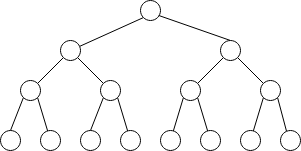
Above: 408DS/picture/TREE_fullBinTree.drawio.png in woxQAQ/408 (draw.io), before the change. Source tidied: cells renumbered, new cells last; positions are measured from the earlier drawing's top-left corner, leaving out a move shared by most shapes. The source it was exported from:
```xml
<mxGraphModel>
  <root>
    <mxCell id="0" />
    <mxCell id="1" parent="0" />
    <mxCell id="2" style="edgeStyle=none;rounded=0;jettySize=auto;html=1;exitX=0;exitY=1;exitDx=0;exitDy=0;endArrow=none;endFill=0;" parent="1" edge="1" source="3" target="10">
      <mxGeometry relative="1" as="geometry" />
    </mxCell>
    <mxCell id="3" style="ellipse;whiteSpace=wrap;html=1;" parent="1" vertex="1">
      <mxGeometry x="140" width="20" height="20" as="geometry" />
    </mxCell>
    <mxCell id="4" style="edgeStyle=none;rounded=0;jettySize=auto;html=1;exitX=0;exitY=1;exitDx=0;exitDy=0;endArrow=none;endFill=0;" parent="1" edge="1" source="7" target="19">
      <mxGeometry relative="1" as="geometry" />
    </mxCell>
    <mxCell id="5" style="edgeStyle=none;rounded=0;jettySize=auto;html=1;exitX=0.5;exitY=0;exitDx=0;exitDy=0;entryX=0.917;entryY=0.75;entryDx=0;entryDy=0;entryPerimeter=0;endArrow=none;endFill=0;" parent="1" edge="1" source="7" target="3">
      <mxGeometry relative="1" as="geometry" />
    </mxCell>
    <mxCell id="6" style="edgeStyle=none;rounded=0;jettySize=auto;html=1;exitX=1;exitY=1;exitDx=0;exitDy=0;endArrow=none;endFill=0;" parent="1" edge="1" source="7" target="22">
      <mxGeometry relative="1" as="geometry" />
    </mxCell>
    <mxCell id="7" style="ellipse;whiteSpace=wrap;html=1;" parent="1" vertex="1">
      <mxGeometry x="220" y="40" width="20" height="20" as="geometry" />
    </mxCell>
    <mxCell id="8" style="edgeStyle=none;rounded=0;jettySize=auto;html=1;exitX=0;exitY=1;exitDx=0;exitDy=0;endArrow=none;endFill=0;" parent="1" edge="1" source="10" target="13">
      <mxGeometry relative="1" as="geometry" />
    </mxCell>
    <mxCell id="9" style="edgeStyle=none;rounded=0;jettySize=auto;html=1;exitX=1;exitY=1;exitDx=0;exitDy=0;endArrow=none;endFill=0;" parent="1" edge="1" source="10" target="16">
      <mxGeometry relative="1" as="geometry" />
    </mxCell>
    <mxCell id="10" style="ellipse;whiteSpace=wrap;html=1;" parent="1" vertex="1">
      <mxGeometry x="60" y="40" width="20" height="20" as="geometry" />
    </mxCell>
    <mxCell id="11" style="edgeStyle=none;rounded=0;jettySize=auto;html=1;exitX=0;exitY=1;exitDx=0;exitDy=0;entryX=0.5;entryY=0;entryDx=0;entryDy=0;endArrow=none;endFill=0;" parent="1" edge="1" source="13" target="23">
      <mxGeometry relative="1" as="geometry" />
    </mxCell>
    <mxCell id="12" style="edgeStyle=none;rounded=0;jettySize=auto;html=1;exitX=1;exitY=1;exitDx=0;exitDy=0;endArrow=none;endFill=0;" parent="1" edge="1" source="13" target="24">
      <mxGeometry relative="1" as="geometry" />
    </mxCell>
    <mxCell id="13" style="ellipse;whiteSpace=wrap;html=1;" parent="1" vertex="1">
      <mxGeometry x="20" y="80" width="20" height="20" as="geometry" />
    </mxCell>
    <mxCell id="14" style="edgeStyle=none;rounded=0;jettySize=auto;html=1;exitX=0;exitY=1;exitDx=0;exitDy=0;entryX=0.5;entryY=0;entryDx=0;entryDy=0;endArrow=none;endFill=0;" parent="1" edge="1" source="16" target="26">
      <mxGeometry relative="1" as="geometry" />
    </mxCell>
    <mxCell id="15" style="edgeStyle=none;rounded=0;jettySize=auto;html=1;exitX=1;exitY=1;exitDx=0;exitDy=0;endArrow=none;endFill=0;" parent="1" edge="1" source="16" target="25">
      <mxGeometry relative="1" as="geometry" />
    </mxCell>
    <mxCell id="16" style="ellipse;whiteSpace=wrap;html=1;" parent="1" vertex="1">
      <mxGeometry x="100" y="80" width="20" height="20" as="geometry" />
    </mxCell>
    <mxCell id="17" style="edgeStyle=none;rounded=0;jettySize=auto;html=1;exitX=0;exitY=1;exitDx=0;exitDy=0;endArrow=none;endFill=0;" parent="1" edge="1" source="19" target="27">
      <mxGeometry relative="1" as="geometry" />
    </mxCell>
    <mxCell id="18" style="edgeStyle=none;rounded=0;jettySize=auto;html=1;exitX=1;exitY=1;exitDx=0;exitDy=0;endArrow=none;endFill=0;" parent="1" edge="1" source="19" target="28">
      <mxGeometry relative="1" as="geometry" />
    </mxCell>
    <mxCell id="19" style="ellipse;whiteSpace=wrap;html=1;" parent="1" vertex="1">
      <mxGeometry x="180" y="80" width="20" height="20" as="geometry" />
    </mxCell>
    <mxCell id="20" style="edgeStyle=none;rounded=0;jettySize=auto;html=1;exitX=0;exitY=1;exitDx=0;exitDy=0;endArrow=none;endFill=0;" parent="1" edge="1" source="22" target="29">
      <mxGeometry relative="1" as="geometry" />
    </mxCell>
    <mxCell id="21" style="edgeStyle=none;rounded=0;jettySize=auto;html=1;exitX=1;exitY=1;exitDx=0;exitDy=0;entryX=0.3;entryY=0.033;entryDx=0;entryDy=0;entryPerimeter=0;endArrow=none;endFill=0;" parent="1" edge="1" source="22" target="30">
      <mxGeometry relative="1" as="geometry" />
    </mxCell>
    <mxCell id="22" style="ellipse;whiteSpace=wrap;html=1;" parent="1" vertex="1">
      <mxGeometry x="260" y="80" width="20" height="20" as="geometry" />
    </mxCell>
    <mxCell id="23" style="ellipse;whiteSpace=wrap;html=1;" parent="1" vertex="1">
      <mxGeometry y="130" width="20" height="20" as="geometry" />
    </mxCell>
    <mxCell id="24" style="ellipse;whiteSpace=wrap;html=1;" parent="1" vertex="1">
      <mxGeometry x="40" y="130" width="20" height="20" as="geometry" />
    </mxCell>
    <mxCell id="25" style="ellipse;whiteSpace=wrap;html=1;" parent="1" vertex="1">
      <mxGeometry x="120" y="130" width="20" height="20" as="geometry" />
    </mxCell>
    <mxCell id="26" style="ellipse;whiteSpace=wrap;html=1;" parent="1" vertex="1">
      <mxGeometry x="80" y="130" width="20" height="20" as="geometry" />
    </mxCell>
    <mxCell id="27" style="ellipse;whiteSpace=wrap;html=1;" parent="1" vertex="1">
      <mxGeometry x="160" y="130" width="20" height="20" as="geometry" />
    </mxCell>
    <mxCell id="28" style="ellipse;whiteSpace=wrap;html=1;" parent="1" vertex="1">
      <mxGeometry x="200" y="130" width="20" height="20" as="geometry" />
    </mxCell>
    <mxCell id="29" style="ellipse;whiteSpace=wrap;html=1;" parent="1" vertex="1">
      <mxGeometry x="240" y="130" width="20" height="20" as="geometry" />
    </mxCell>
    <mxCell id="30" style="ellipse;whiteSpace=wrap;html=1;" parent="1" vertex="1">
      <mxGeometry x="280" y="130" width="20" height="20" as="geometry" />
    </mxCell>
  </root>
</mxGraphModel>
```
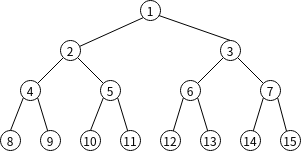
The same diagram one commit later.

Diff of the diagram source:
```diff
@@ -5,7 +5,7 @@
     <mxCell id="2" style="edgeStyle=none;rounded=0;jettySize=auto;html=1;exitX=0;exitY=1;exitDx=0;exitDy=0;endArrow=none;endFill=0;" parent="1" edge="1" source="3" target="10">
       <mxGeometry relative="1" as="geometry" />
     </mxCell>
-    <mxCell id="3" style="ellipse;whiteSpace=wrap;html=1;" parent="1" vertex="1">
+    <mxCell id="3" value="1" style="ellipse;whiteSpace=wrap;html=1;" parent="1" vertex="1">
       <mxGeometry x="140" width="20" height="20" as="geometry" />
     </mxCell>
     <mxCell id="4" style="edgeStyle=none;rounded=0;jettySize=auto;html=1;exitX=0;exitY=1;exitDx=0;exitDy=0;endArrow=none;endFill=0;" parent="1" edge="1" source="7" target="19">
@@ -17,7 +17,7 @@
     <mxCell id="6" style="edgeStyle=none;rounded=0;jettySize=auto;html=1;exitX=1;exitY=1;exitDx=0;exitDy=0;endArrow=none;endFill=0;" parent="1" edge="1" source="7" target="22">
       <mxGeometry relative="1" as="geometry" />
     </mxCell>
-    <mxCell id="7" style="ellipse;whiteSpace=wrap;html=1;" parent="1" vertex="1">
+    <mxCell id="7" value="3" style="ellipse;whiteSpace=wrap;html=1;" parent="1" vertex="1">
       <mxGeometry x="220" y="40" width="20" height="20" as="geometry" />
     </mxCell>
     <mxCell id="8" style="edgeStyle=none;rounded=0;jettySize=auto;html=1;exitX=0;exitY=1;exitDx=0;exitDy=0;endArrow=none;endFill=0;" parent="1" edge="1" source="10" target="13">
@@ -26,7 +26,7 @@
     <mxCell id="9" style="edgeStyle=none;rounded=0;jettySize=auto;html=1;exitX=1;exitY=1;exitDx=0;exitDy=0;endArrow=none;endFill=0;" parent="1" edge="1" source="10" target="16">
       <mxGeometry relative="1" as="geometry" />
     </mxCell>
-    <mxCell id="10" style="ellipse;whiteSpace=wrap;html=1;" parent="1" vertex="1">
+    <mxCell id="10" value="2" style="ellipse;whiteSpace=wrap;html=1;" parent="1" vertex="1">
       <mxGeometry x="60" y="40" width="20" height="20" as="geometry" />
     </mxCell>
     <mxCell id="11" style="edgeStyle=none;rounded=0;jettySize=auto;html=1;exitX=0;exitY=1;exitDx=0;exitDy=0;entryX=0.5;entryY=0;entryDx=0;entryDy=0;endArrow=none;endFill=0;" parent="1" edge="1" source="13" target="23">
@@ -35,7 +35,7 @@
     <mxCell id="12" style="edgeStyle=none;rounded=0;jettySize=auto;html=1;exitX=1;exitY=1;exitDx=0;exitDy=0;endArrow=none;endFill=0;" parent="1" edge="1" source="13" target="24">
       <mxGeometry relative="1" as="geometry" />
     </mxCell>
-    <mxCell id="13" style="ellipse;whiteSpace=wrap;html=1;" parent="1" vertex="1">
+    <mxCell id="13" value="4" style="ellipse;whiteSpace=wrap;html=1;" parent="1" vertex="1">
       <mxGeometry x="20" y="80" width="20" height="20" as="geometry" />
     </mxCell>
     <mxCell id="14" style="edgeStyle=none;rounded=0;jettySize=auto;html=1;exitX=0;exitY=1;exitDx=0;exitDy=0;entryX=0.5;entryY=0;entryDx=0;entryDy=0;endArrow=none;endFill=0;" parent="1" edge="1" source="16" target="26">
@@ -44,7 +44,7 @@
     <mxCell id="15" style="edgeStyle=none;rounded=0;jettySize=auto;html=1;exitX=1;exitY=1;exitDx=0;exitDy=0;endArrow=none;endFill=0;" parent="1" edge="1" source="16" target="25">
       <mxGeometry relative="1" as="geometry" />
     </mxCell>
-    <mxCell id="16" style="ellipse;whiteSpace=wrap;html=1;" parent="1" vertex="1">
+    <mxCell id="16" value="5" style="ellipse;whiteSpace=wrap;html=1;" parent="1" vertex="1">
       <mxGeometry x="100" y="80" width="20" height="20" as="geometry" />
     </mxCell>
     <mxCell id="17" style="edgeStyle=none;rounded=0;jettySize=auto;html=1;exitX=0;exitY=1;exitDx=0;exitDy=0;endArrow=none;endFill=0;" parent="1" edge="1" source="19" target="27">
@@ -53,7 +53,7 @@
     <mxCell id="18" style="edgeStyle=none;rounded=0;jettySize=auto;html=1;exitX=1;exitY=1;exitDx=0;exitDy=0;endArrow=none;endFill=0;" parent="1" edge="1" source="19" target="28">
       <mxGeometry relative="1" as="geometry" />
     </mxCell>
-    <mxCell id="19" style="ellipse;whiteSpace=wrap;html=1;" parent="1" vertex="1">
+    <mxCell id="19" value="6" style="ellipse;whiteSpace=wrap;html=1;" parent="1" vertex="1">
       <mxGeometry x="180" y="80" width="20" height="20" as="geometry" />
     </mxCell>
     <mxCell id="20" style="edgeStyle=none;rounded=0;jettySize=auto;html=1;exitX=0;exitY=1;exitDx=0;exitDy=0;endArrow=none;endFill=0;" parent="1" edge="1" source="22" target="29">
@@ -62,31 +62,31 @@
     <mxCell id="21" style="edgeStyle=none;rounded=0;jettySize=auto;html=1;exitX=1;exitY=1;exitDx=0;exitDy=0;entryX=0.3;entryY=0.033;entryDx=0;entryDy=0;entryPerimeter=0;endArrow=none;endFill=0;" parent="1" edge="1" source="22" target="30">
       <mxGeometry relative="1" as="geometry" />
     </mxCell>
-    <mxCell id="22" style="ellipse;whiteSpace=wrap;html=1;" parent="1" vertex="1">
+    <mxCell id="22" value="7" style="ellipse;whiteSpace=wrap;html=1;" parent="1" vertex="1">
       <mxGeometry x="260" y="80" width="20" height="20" as="geometry" />
     </mxCell>
-    <mxCell id="23" style="ellipse;whiteSpace=wrap;html=1;" parent="1" vertex="1">
+    <mxCell id="23" value="8" style="ellipse;whiteSpace=wrap;html=1;" parent="1" vertex="1">
       <mxGeometry y="130" width="20" height="20" as="geometry" />
     </mxCell>
-    <mxCell id="24" style="ellipse;whiteSpace=wrap;html=1;" parent="1" vertex="1">
+    <mxCell id="24" value="9" style="ellipse;whiteSpace=wrap;html=1;" parent="1" vertex="1">
       <mxGeometry x="40" y="130" width="20" height="20" as="geometry" />
     </mxCell>
-    <mxCell id="25" style="ellipse;whiteSpace=wrap;html=1;" parent="1" vertex="1">
+    <mxCell id="25" value="11" style="ellipse;whiteSpace=wrap;html=1;" parent="1" vertex="1">
       <mxGeometry x="120" y="130" width="20" height="20" as="geometry" />
     </mxCell>
-    <mxCell id="26" style="ellipse;whiteSpace=wrap;html=1;" parent="1" vertex="1">
+    <mxCell id="26" value="10" style="ellipse;whiteSpace=wrap;html=1;" parent="1" vertex="1">
       <mxGeometry x="80" y="130" width="20" height="20" as="geometry" />
     </mxCell>
-    <mxCell id="27" style="ellipse;whiteSpace=wrap;html=1;" parent="1" vertex="1">
+    <mxCell id="27" value="12" style="ellipse;whiteSpace=wrap;html=1;" parent="1" vertex="1">
       <mxGeometry x="160" y="130" width="20" height="20" as="geometry" />
     </mxCell>
-    <mxCell id="28" style="ellipse;whiteSpace=wrap;html=1;" parent="1" vertex="1">
+    <mxCell id="28" value="13" style="ellipse;whiteSpace=wrap;html=1;" parent="1" vertex="1">
       <mxGeometry x="200" y="130" width="20" height="20" as="geometry" />
     </mxCell>
-    <mxCell id="29" style="ellipse;whiteSpace=wrap;html=1;" parent="1" vertex="1">
+    <mxCell id="29" value="14" style="ellipse;whiteSpace=wrap;html=1;" parent="1" vertex="1">
       <mxGeometry x="240" y="130" width="20" height="20" as="geometry" />
     </mxCell>
-    <mxCell id="30" style="ellipse;whiteSpace=wrap;html=1;" parent="1" vertex="1">
+    <mxCell id="30" value="15" style="ellipse;whiteSpace=wrap;html=1;" parent="1" vertex="1">
       <mxGeometry x="280" y="130" width="20" height="20" as="geometry" />
     </mxCell>
   </root>
```
